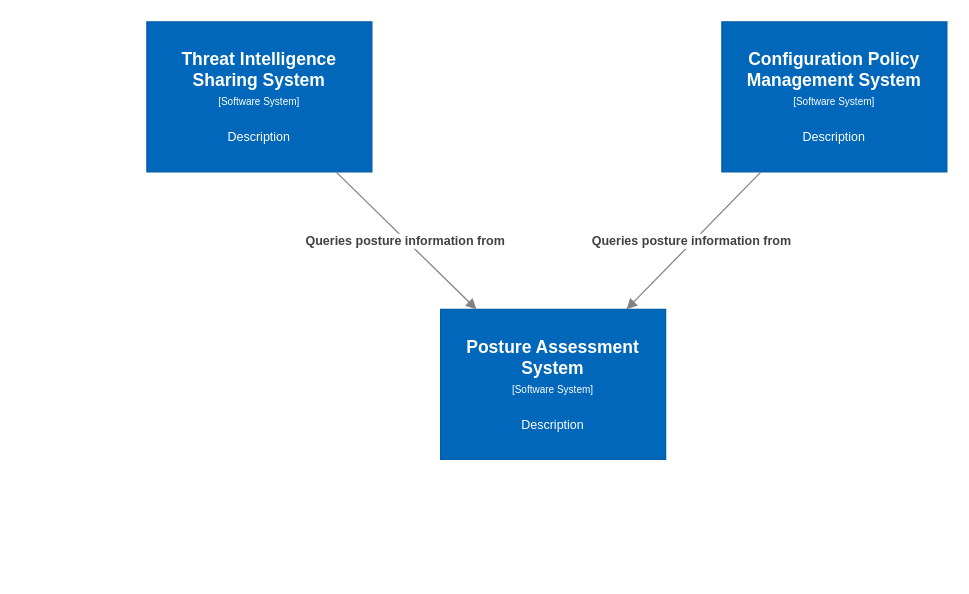
The draw.io diagram Architecture Documents/sacm-context.drawio in opencybersecurityalliance/documentation, before the edit. Source tidied: cells renumbered, new cells numbered last; positions are measured from the earlier drawing's top-left corner, leaving out a move shared by most shapes. Both pictures are drawn from the tidied source at 125%, with x=0, y=0 at pixel (146, 21).
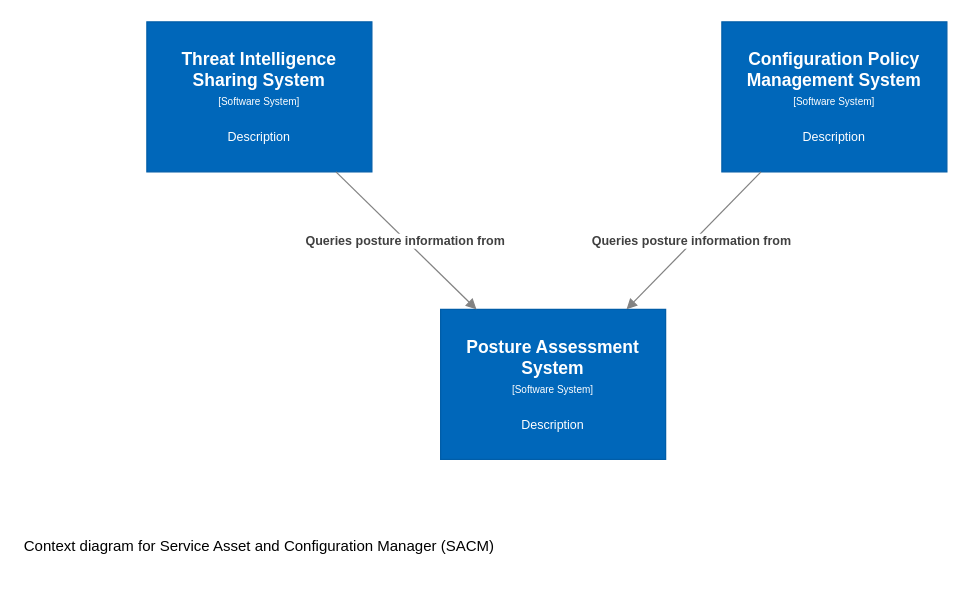
Above is the later version.

Diff of the diagram source:
```diff
@@
 <mxGraphModel>
   <root>
     <mxCell id="0" />
     <mxCell id="1" parent="0" />
     <object id="2" label="&lt;div&gt;&lt;span style=&quot;font-size: 14px&quot;&gt;&lt;b&gt;Posture Assessment System&lt;/b&gt;&lt;/span&gt;&lt;/div&gt;&lt;div&gt;&lt;span style=&quot;font-size: 8px&quot;&gt;[Software System]&lt;/span&gt;&lt;/div&gt;&lt;div&gt;&lt;span style=&quot;font-size: 8px&quot;&gt;&lt;br&gt;&lt;/span&gt;&lt;/div&gt;&lt;div&gt;&lt;font size=&quot;1&quot;&gt;%description%&lt;/font&gt;&lt;/div&gt;" description="Description" placeholders="1">
       <mxCell style="rounded=0;whiteSpace=wrap;html=1;fillColor=#0067BA;fontColor=#FFFFFF;strokeColor=#005DA8;" parent="1" vertex="1">
         <mxGeometry x="235" y="230" width="180" height="120" as="geometry" />
       </mxCell>
     </object>
     <object id="3" label="&lt;div&gt;&lt;span style=&quot;font-size: 14px&quot;&gt;&lt;b&gt;Threat Intelligence Sharing System&lt;/b&gt;&lt;/span&gt;&lt;/div&gt;&lt;div&gt;&lt;span style=&quot;font-size: 8px&quot;&gt;[Software System]&lt;/span&gt;&lt;br&gt;&lt;/div&gt;&lt;div&gt;&lt;span style=&quot;font-size: 8px&quot;&gt;&lt;br&gt;&lt;/span&gt;&lt;/div&gt;&lt;div&gt;&lt;font size=&quot;1&quot;&gt;%description%&lt;/font&gt;&lt;/div&gt;" description="Description" placeholders="1">
       <mxCell style="rounded=0;whiteSpace=wrap;html=1;fillColor=#0067BA;fontColor=#FFFFFF;strokeColor=#005DA8;" parent="1" vertex="1">
         <mxGeometry width="180" height="120" as="geometry" />
       </mxCell>
     </object>
     <object id="4" label="&lt;div&gt;&lt;span style=&quot;font-size: 14px&quot;&gt;&lt;b&gt;Configuration Policy Management System&lt;/b&gt;&lt;/span&gt;&lt;/div&gt;&lt;div&gt;&lt;span style=&quot;font-size: 8px&quot;&gt;[Software System]&lt;/span&gt;&lt;br&gt;&lt;/div&gt;&lt;div&gt;&lt;span style=&quot;font-size: 8px&quot;&gt;&lt;br&gt;&lt;/span&gt;&lt;/div&gt;&lt;div&gt;&lt;font size=&quot;1&quot;&gt;%description%&lt;/font&gt;&lt;/div&gt;" description="Description" placeholders="1">
       <mxCell style="rounded=0;whiteSpace=wrap;html=1;fillColor=#0067BA;fontColor=#FFFFFF;strokeColor=#005DA8;" parent="1" vertex="1">
         <mxGeometry x="460" width="180" height="120" as="geometry" />
       </mxCell>
     </object>
     <mxCell id="5" value="&lt;span style=&quot;font-size: 10px&quot;&gt;&lt;b&gt;Queries posture information from&amp;nbsp;&lt;/b&gt;&lt;br&gt;&lt;/span&gt;" style="endArrow=block;html=1;fontSize=10;fontColor=#404040;strokeWidth=1;endFill=1;strokeColor=#828282;elbow=vertical;" parent="1" edge="1" source="3" target="2">
       <mxGeometry relative="1" as="geometry" />
     </mxCell>
     <mxCell id="6" value="&lt;span style=&quot;font-size: 10px&quot;&gt;&lt;b&gt;Queries posture information from&amp;nbsp;&lt;/b&gt;&lt;br&gt;&lt;/span&gt;" style="endArrow=block;html=1;fontSize=10;fontColor=#404040;strokeWidth=1;endFill=1;strokeColor=#828282;elbow=vertical;" parent="1" edge="1" source="4" target="2">
       <mxGeometry relative="1" as="geometry" />
     </mxCell>
+    <mxCell id="7" value="Context diagram for Service Asset and Configuration Manager (SACM)&lt;br&gt;" style="text;html=1;strokeColor=none;fillColor=none;align=left;verticalAlign=middle;whiteSpace=wrap;rounded=0;" parent="1" vertex="1">
+      <mxGeometry x="-100" y="400" width="430" height="40" as="geometry" />
+    </mxCell>
   </root>
 </mxGraphModel>
```
